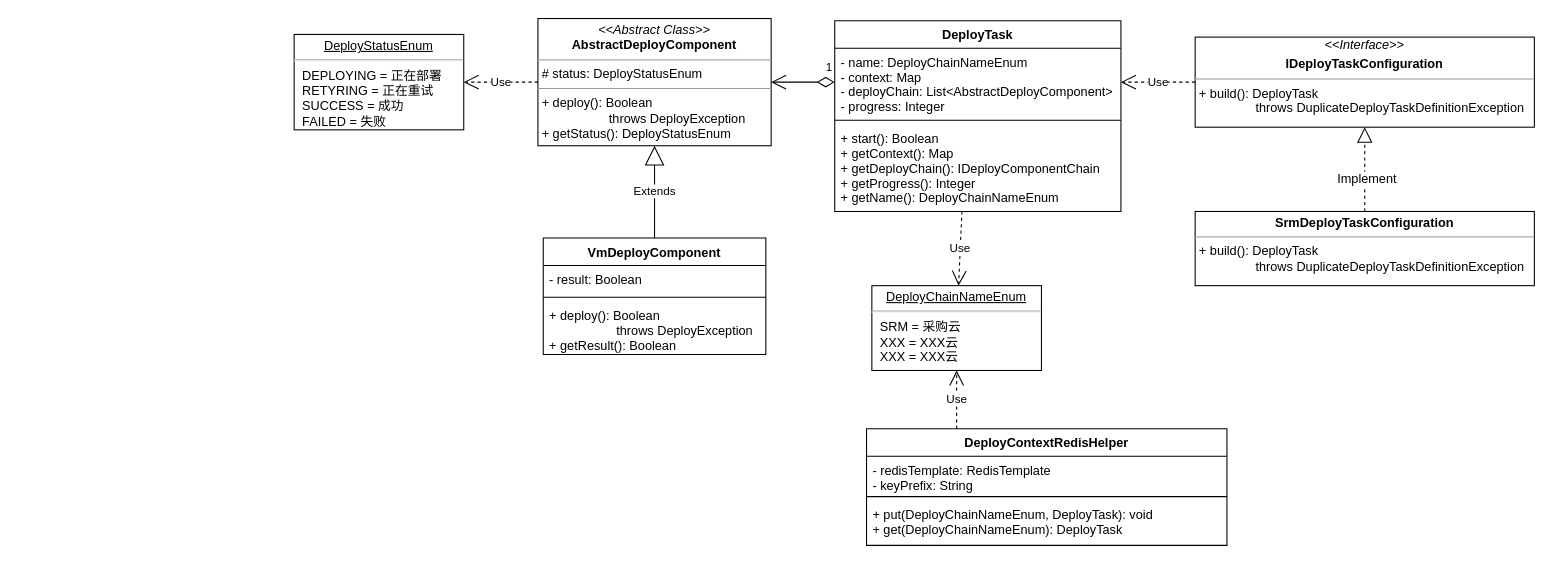
The draw.io diagram page "类图" (1 of 2) of SAAS自动部署.drawio in iceAcmen/myDesign, before the edit. Source tidied: cells renumbered, new cells numbered last; positions are measured from the earlier drawing's top-left corner, leaving out a move shared by most shapes. Both pictures are drawn from the tidied source at 106%, with x=0, y=0 at pixel (294, 18).
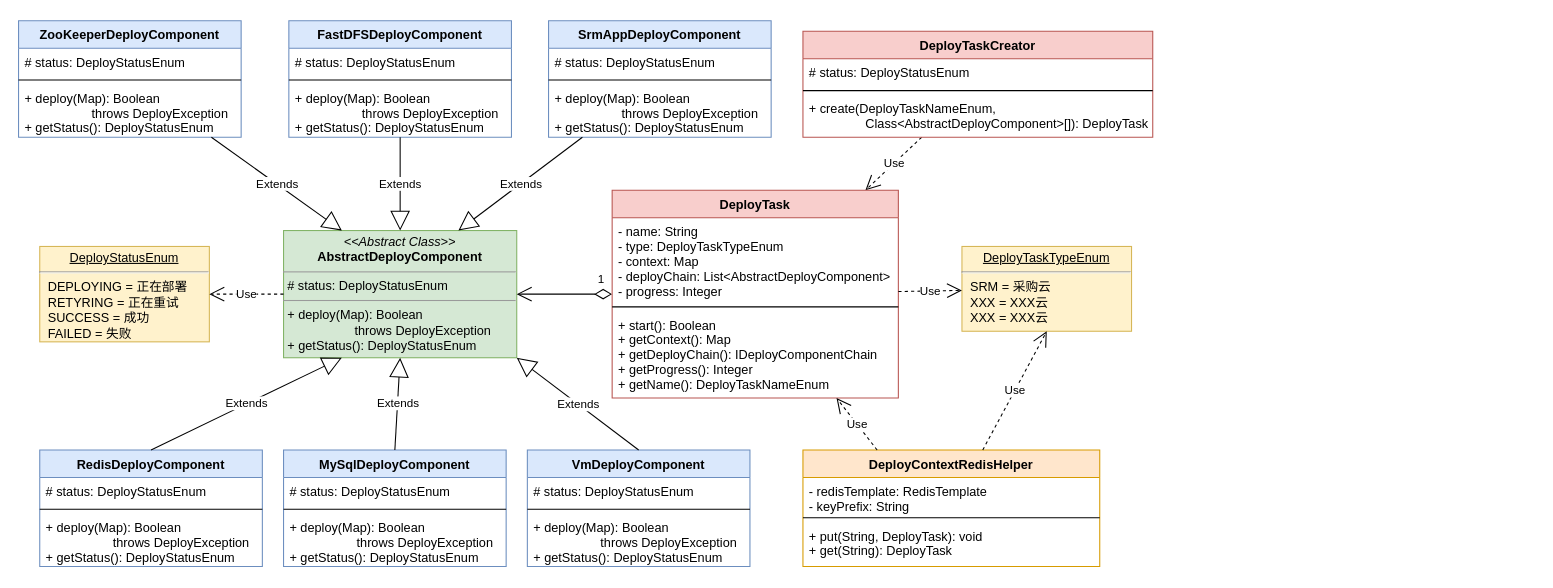
Above is the later version.

Commit message:
更新SAAS自动部署.drawio

Change to the diagram source:
```diff
@@
-    <mxCell id="2" value="&lt;p style=&quot;margin: 0px ; margin-top: 4px ; text-align: center&quot;&gt;&lt;i&gt;&amp;lt;&amp;lt;Abstract Class&amp;gt;&amp;gt;&lt;/i&gt;&lt;br&gt;&lt;b&gt;AbstractDeployComponent&lt;/b&gt;&lt;br&gt;&lt;/p&gt;&lt;hr size=&quot;1&quot;&gt;&lt;p style=&quot;margin: 0px ; margin-left: 4px&quot;&gt;# status: DeployStatusEnum&lt;br&gt;&lt;/p&gt;&lt;hr size=&quot;1&quot;&gt;&lt;p style=&quot;margin: 0px ; margin-left: 4px&quot;&gt;+ deploy(): Boolean&lt;/p&gt;&lt;p style=&quot;margin: 0px ; margin-left: 4px&quot;&gt;&amp;nbsp; &amp;nbsp; &amp;nbsp; &amp;nbsp; &amp;nbsp; &amp;nbsp; &amp;nbsp; &amp;nbsp; &amp;nbsp; &amp;nbsp;throws DeployException&lt;/p&gt;&lt;p style=&quot;margin: 0px ; margin-left: 4px&quot;&gt;+ getStatus(): DeployStatusEnum&lt;/p&gt;" style="verticalAlign=top;align=left;overflow=fill;fontSize=12;fontFamily=Helvetica;html=1;" parent="1" vertex="1">
-      <mxGeometry x="230" width="220" height="120" as="geometry" />
+    <mxCell id="2" value="&lt;p style=&quot;margin: 0px ; margin-top: 4px ; text-align: center&quot;&gt;&lt;i&gt;&amp;lt;&amp;lt;Abstract Class&amp;gt;&amp;gt;&lt;/i&gt;&lt;br&gt;&lt;b&gt;AbstractDeployComponent&lt;/b&gt;&lt;br&gt;&lt;/p&gt;&lt;hr size=&quot;1&quot;&gt;&lt;p style=&quot;margin: 0px ; margin-left: 4px&quot;&gt;# status: DeployStatusEnum&lt;br&gt;&lt;/p&gt;&lt;hr size=&quot;1&quot;&gt;&lt;p style=&quot;margin: 0px ; margin-left: 4px&quot;&gt;+ deploy(Map): Boolean&lt;/p&gt;&lt;p style=&quot;margin: 0px ; margin-left: 4px&quot;&gt;&amp;nbsp; &amp;nbsp; &amp;nbsp; &amp;nbsp; &amp;nbsp; &amp;nbsp; &amp;nbsp; &amp;nbsp; &amp;nbsp; &amp;nbsp;throws DeployException&lt;/p&gt;&lt;p style=&quot;margin: 0px ; margin-left: 4px&quot;&gt;+ getStatus(): DeployStatusEnum&lt;/p&gt;" style="verticalAlign=top;align=left;overflow=fill;fontSize=12;fontFamily=Helvetica;html=1;fillColor=#d5e8d4;strokeColor=#82b366;" parent="1" vertex="1">
+      <mxGeometry x="-10" y="200" width="220" height="120" as="geometry" />
     </mxCell>
-    <mxCell id="3" value="VmDeployComponent" style="swimlane;fontStyle=1;align=center;verticalAlign=top;horizontal=1;startSize=26;fontColor=#000000;" parent="1" vertex="1">
-      <mxGeometry x="235" y="207" width="210" height="110" as="geometry" />
+    <mxCell id="3" value="VmDeployComponent" style="swimlane;fontStyle=1;align=center;verticalAlign=top;horizontal=1;startSize=26;fillColor=#dae8fc;strokeColor=#6c8ebf;" parent="1" vertex="1">
+      <mxGeometry x="220" y="407" width="210" height="110" as="geometry" />
     </mxCell>
-    <mxCell id="4" value="- result: Boolean" style="text;strokeColor=none;fillColor=none;align=left;verticalAlign=top;spacingLeft=4;spacingRight=4;overflow=hidden;" parent="3" vertex="1">
+    <mxCell id="4" value="# status: DeployStatusEnum" style="text;strokeColor=none;fillColor=none;align=left;verticalAlign=top;spacingLeft=4;spacingRight=4;overflow=hidden;" parent="3" vertex="1">
       <mxGeometry y="26" width="210" height="26" as="geometry" />
     </mxCell>
@@
-    <mxCell id="6" value="+ deploy(): Boolean&#10;                   throws DeployException&#10;+ getResult(): Boolean" style="text;strokeColor=none;fillColor=none;align=left;verticalAlign=top;spacingLeft=4;spacingRight=4;overflow=hidden;" parent="3" vertex="1">
+    <mxCell id="6" value="+ deploy(Map): Boolean&#10;                   throws DeployException&#10;+ getStatus(): DeployStatusEnum" style="text;strokeColor=none;fillColor=none;align=left;verticalAlign=top;spacingLeft=4;spacingRight=4;overflow=hidden;" parent="3" vertex="1">
       <mxGeometry y="60" width="210" height="50" as="geometry" />
     </mxCell>
-    <mxCell id="7" value="Extends" style="endArrow=block;endSize=16;endFill=0;html=1;fontColor=#000000;exitX=0.5;exitY=0;exitDx=0;exitDy=0;entryX=0.5;entryY=1;entryDx=0;entryDy=0;" parent="1" edge="1" source="3" target="2">
+    <mxCell id="7" value="Extends" style="endArrow=block;endSize=16;endFill=0;html=1;fontColor=#000000;exitX=0.5;exitY=0;exitDx=0;exitDy=0;entryX=1;entryY=1;entryDx=0;entryDy=0;" parent="1" edge="1" source="3" target="2">
       <mxGeometry relative="1" as="geometry" />
     </mxCell>
-    <mxCell id="8" value="1" style="endArrow=open;html=1;endSize=12;startArrow=diamondThin;startSize=14;startFill=0;edgeStyle=orthogonalEdgeStyle;align=left;verticalAlign=bottom;fontColor=#000000;entryX=1;entryY=0.5;entryDx=0;entryDy=0;exitX=0;exitY=0.5;exitDx=0;exitDy=0;" parent="1" edge="1" source="15" target="2">
+    <mxCell id="8" value="1" style="endArrow=open;html=1;endSize=12;startArrow=diamondThin;startSize=14;startFill=0;edgeStyle=orthogonalEdgeStyle;align=left;verticalAlign=bottom;fontColor=#000000;entryX=1;entryY=0.5;entryDx=0;entryDy=0;" parent="1" edge="1" source="14" target="2">
       <mxGeometry x="-0.67" y="-5" relative="1" as="geometry" />
     </mxCell>
-    <mxCell id="9" value="&lt;div style=&quot;text-align: center&quot;&gt;&lt;i&gt;&amp;lt;&amp;lt;Interface&amp;gt;&amp;gt;&lt;/i&gt;&lt;/div&gt;&lt;p style=&quot;margin: 0px ; margin-top: 4px ; text-align: center&quot;&gt;&lt;b&gt;IDeployTaskConfiguration&lt;/b&gt;&lt;br&gt;&lt;/p&gt;&lt;hr size=&quot;1&quot;&gt;&lt;p style=&quot;margin: 0px ; margin-left: 4px&quot;&gt;&lt;/p&gt;&lt;p style=&quot;margin: 0px ; margin-left: 4px&quot;&gt;+ build(): DeployTask&lt;/p&gt;&lt;p style=&quot;margin: 0px ; margin-left: 4px&quot;&gt;&amp;nbsp; &amp;nbsp; &amp;nbsp; &amp;nbsp; &amp;nbsp; &amp;nbsp; &amp;nbsp; &amp;nbsp; throws DuplicateDeployTaskDefinitionException&lt;/p&gt;&lt;p style=&quot;margin: 0px ; margin-left: 4px&quot;&gt;&lt;br&gt;&lt;/p&gt;" style="verticalAlign=top;align=left;overflow=fill;fontSize=12;fontFamily=Helvetica;html=1;" parent="1" vertex="1">
-      <mxGeometry x="850" y="17.5" width="320" height="85" as="geometry" />
-    </mxCell>
-    <mxCell id="10" value="&lt;p style=&quot;margin: 0px ; margin-top: 4px ; text-align: center&quot;&gt;&lt;b&gt;SrmDeployTaskConfiguration&lt;/b&gt;&lt;br&gt;&lt;/p&gt;&lt;hr size=&quot;1&quot;&gt;&lt;p style=&quot;margin: 0px ; margin-left: 4px&quot;&gt;&lt;/p&gt;&lt;p style=&quot;margin: 0px ; margin-left: 4px&quot;&gt;+ build(): DeployTask&lt;/p&gt;&lt;p style=&quot;margin: 0px ; margin-left: 4px&quot;&gt;&amp;nbsp; &amp;nbsp; &amp;nbsp; &amp;nbsp; &amp;nbsp; &amp;nbsp; &amp;nbsp; &amp;nbsp; throws DuplicateDeployTaskDefinitionException&lt;/p&gt;&lt;p style=&quot;margin: 0px ; margin-left: 4px&quot;&gt;&lt;br&gt;&lt;/p&gt;" style="verticalAlign=top;align=left;overflow=fill;fontSize=12;fontFamily=Helvetica;html=1;" parent="1" vertex="1">
-      <mxGeometry x="850" y="182" width="320" height="70" as="geometry" />
-    </mxCell>
-    <mxCell id="11" style="endArrow=block;dashed=1;endFill=0;endSize=12;html=1;fontColor=#000000;entryX=0.5;entryY=1;entryDx=0;entryDy=0;exitX=0.5;exitY=0;exitDx=0;exitDy=0;" parent="1" edge="1" source="10" target="9">
-      <mxGeometry relative="1" as="geometry" />
-    </mxCell>
-    <mxCell id="12" value="Implement" style="text;html=1;align=center;verticalAlign=middle;labelBackgroundColor=#ffffff;fontColor=#000000;" parent="11" vertex="1">
-      <mxGeometry x="-0.22" y="-1" relative="1" as="geometry" />
-    </mxCell>
-    <mxCell id="13" value="Use" style="endArrow=open;endSize=12;dashed=1;html=1;fontColor=#000000;entryX=1;entryY=0.5;entryDx=0;entryDy=0;exitX=0;exitY=0.5;exitDx=0;exitDy=0;" parent="1" edge="1" source="9" target="15">
+    <mxCell id="13" value="Use" style="endArrow=open;endSize=12;dashed=1;html=1;fontColor=#000000;" parent="1" edge="1" source="53" target="14">
       <mxGeometry relative="1" as="geometry" />
     </mxCell>
-    <mxCell id="14" value="DeployTask" style="swimlane;fontStyle=1;align=center;verticalAlign=top;horizontal=1;startSize=26;fontColor=#000000;" parent="1" vertex="1">
-      <mxGeometry x="510" y="2" width="270" height="180" as="geometry" />
+    <mxCell id="14" value="DeployTask" style="swimlane;fontStyle=1;align=center;verticalAlign=top;horizontal=1;startSize=26;fillColor=#f8cecc;strokeColor=#b85450;" parent="1" vertex="1">
+      <mxGeometry x="300" y="162" width="270" height="196" as="geometry" />
     </mxCell>
-    <mxCell id="15" value="- name: DeployChainNameEnum&#10;- context: Map&#10;- deployChain: List&lt;AbstractDeployComponent&gt;&#10;- progress: Integer" style="text;strokeColor=none;fillColor=none;align=left;verticalAlign=top;spacingLeft=4;spacingRight=4;overflow=hidden;points=[[0,0.5],[1,0.5]];portConstraint=eastwest;" parent="14" vertex="1">
-      <mxGeometry y="26" width="270" height="64" as="geometry" />
+    <mxCell id="15" value="- name: String&#10;- type: DeployTaskTypeEnum&#10;- context: Map&#10;- deployChain: List&lt;AbstractDeployComponent&gt;&#10;- progress: Integer" style="text;strokeColor=none;fillColor=none;align=left;verticalAlign=top;spacingLeft=4;spacingRight=4;overflow=hidden;points=[[0,0.5],[1,0.5]];portConstraint=eastwest;" parent="14" vertex="1">
+      <mxGeometry y="26" width="270" height="80" as="geometry" />
     </mxCell>
     <mxCell id="16" style="line;strokeWidth=1;fillColor=none;align=left;verticalAlign=middle;spacingTop=-1;spacingLeft=3;spacingRight=3;labelPosition=right;" parent="14" vertex="1">
-      <mxGeometry y="90" width="270" height="8" as="geometry" />
+      <mxGeometry y="106" width="270" height="8" as="geometry" />
     </mxCell>
-    <mxCell id="17" value="+ start(): Boolean&#10;+ getContext(): Map&#10;+ getDeployChain(): IDeployComponentChain&#10;+ getProgress(): Integer&#10;+ getName(): DeployChainNameEnum" style="text;strokeColor=none;fillColor=none;align=left;verticalAlign=top;spacingLeft=4;spacingRight=4;overflow=hidden;" parent="14" vertex="1">
-      <mxGeometry y="98" width="270" height="82" as="geometry" />
+    <mxCell id="17" value="+ start(): Boolean&#10;+ getContext(): Map&#10;+ getDeployChain(): IDeployComponentChain&#10;+ getProgress(): Integer&#10;+ getName(): DeployTaskNameEnum" style="text;strokeColor=none;fillColor=none;align=left;verticalAlign=top;spacingLeft=4;spacingRight=4;overflow=hidden;" parent="14" vertex="1">
+      <mxGeometry y="114" width="270" height="82" as="geometry" />
     </mxCell>
-    <mxCell id="18" value="&lt;p style=&quot;margin: 0px ; margin-top: 4px ; text-align: center ; text-decoration: underline&quot;&gt;&lt;span style=&quot;text-align: left&quot;&gt;DeployStatusEnum&lt;/span&gt;&lt;br&gt;&lt;/p&gt;&lt;hr&gt;&lt;p style=&quot;margin: 0px ; margin-left: 8px&quot;&gt;DEPLOYING =&amp;nbsp;正在部署&lt;br&gt;RETYRING =&amp;nbsp;正在重试&lt;br&gt;SUCCESS =&amp;nbsp;成功&lt;/p&gt;&lt;p style=&quot;margin: 0px ; margin-left: 8px&quot;&gt;FAILED =&amp;nbsp;失败&lt;br&gt;&lt;/p&gt;" style="verticalAlign=top;align=left;overflow=fill;fontSize=12;fontFamily=Helvetica;html=1;" parent="1" vertex="1">
-      <mxGeometry y="15" width="160" height="90" as="geometry" />
+    <mxCell id="18" value="&lt;p style=&quot;margin: 0px ; margin-top: 4px ; text-align: center ; text-decoration: underline&quot;&gt;&lt;span style=&quot;text-align: left&quot;&gt;DeployStatusEnum&lt;/span&gt;&lt;br&gt;&lt;/p&gt;&lt;hr&gt;&lt;p style=&quot;margin: 0px ; margin-left: 8px&quot;&gt;DEPLOYING =&amp;nbsp;正在部署&lt;br&gt;RETYRING =&amp;nbsp;正在重试&lt;br&gt;SUCCESS =&amp;nbsp;成功&lt;/p&gt;&lt;p style=&quot;margin: 0px ; margin-left: 8px&quot;&gt;FAILED =&amp;nbsp;失败&lt;br&gt;&lt;/p&gt;" style="verticalAlign=top;align=left;overflow=fill;fontSize=12;fontFamily=Helvetica;html=1;fillColor=#fff2cc;strokeColor=#d6b656;" parent="1" vertex="1">
+      <mxGeometry x="-240" y="215" width="160" height="90" as="geometry" />
     </mxCell>
@@
-    <mxCell id="20" value="DeployContextRedisHelper" style="swimlane;fontStyle=1;align=center;verticalAlign=top;horizontal=1;startSize=26;fontColor=#000000;" parent="1" vertex="1">
-      <mxGeometry x="540" y="387" width="340" height="110" as="geometry" />
+    <mxCell id="20" value="DeployContextRedisHelper" style="swimlane;fontStyle=1;align=center;verticalAlign=top;horizontal=1;startSize=26;fillColor=#ffe6cc;strokeColor=#d79b00;" parent="1" vertex="1">
+      <mxGeometry x="480" y="407" width="280" height="110" as="geometry" />
     </mxCell>
     <mxCell id="21" value="- redisTemplate: RedisTemplate&#10;- keyPrefix: String" style="text;strokeColor=none;fillColor=none;align=left;verticalAlign=top;spacingLeft=4;spacingRight=4;overflow=hidden;" parent="20" vertex="1">
-      <mxGeometry y="26" width="340" height="34" as="geometry" />
+      <mxGeometry y="26" width="280" height="34" as="geometry" />
     </mxCell>
     <mxCell id="22" style="line;strokeWidth=1;fillColor=none;align=left;verticalAlign=middle;spacingTop=-1;spacingLeft=3;spacingRight=3;labelPosition=right;" parent="20" vertex="1">
-      <mxGeometry y="60" width="340" height="8" as="geometry" />
+      <mxGeometry y="60" width="280" height="8" as="geometry" />
     </mxCell>
-    <mxCell id="23" value="+ put(DeployChainNameEnum, DeployTask): void&#10;+ get(DeployChainNameEnum): DeployTask" style="text;strokeColor=none;fillColor=none;align=left;verticalAlign=top;spacingLeft=4;spacingRight=4;overflow=hidden;" parent="20" vertex="1">
-      <mxGeometry y="68" width="340" height="42" as="geometry" />
+    <mxCell id="23" value="+ put(String, DeployTask): void&#10;+ get(String): DeployTask" style="text;strokeColor=none;fillColor=none;align=left;verticalAlign=top;spacingLeft=4;spacingRight=4;overflow=hidden;" parent="20" vertex="1">
+      <mxGeometry y="68" width="280" height="42" as="geometry" />
     </mxCell>
-    <mxCell id="24" value="&lt;p style=&quot;margin: 0px ; margin-top: 4px ; text-align: center ; text-decoration: underline&quot;&gt;&lt;span style=&quot;text-align: left&quot;&gt;DeployChainNameEnum&lt;/span&gt;&lt;br&gt;&lt;/p&gt;&lt;hr&gt;&lt;p style=&quot;margin: 0px ; margin-left: 8px&quot;&gt;SRM =&amp;nbsp;采购云&lt;br&gt;&lt;/p&gt;&lt;p style=&quot;margin: 0px ; margin-left: 8px&quot;&gt;XXX = XXX云&lt;/p&gt;&lt;p style=&quot;margin: 0px ; margin-left: 8px&quot;&gt;XXX = XXX云&lt;br&gt;&lt;/p&gt;" style="verticalAlign=top;align=left;overflow=fill;fontSize=12;fontFamily=Helvetica;html=1;" parent="1" vertex="1">
-      <mxGeometry x="545" y="252" width="160" height="80" as="geometry" />
+    <mxCell id="24" value="&lt;p style=&quot;margin: 0px ; margin-top: 4px ; text-align: center ; text-decoration: underline&quot;&gt;&lt;span style=&quot;text-align: left&quot;&gt;DeployTaskTypeEnum&lt;/span&gt;&lt;br&gt;&lt;/p&gt;&lt;hr&gt;&lt;p style=&quot;margin: 0px ; margin-left: 8px&quot;&gt;SRM =&amp;nbsp;采购云&lt;br&gt;&lt;/p&gt;&lt;p style=&quot;margin: 0px ; margin-left: 8px&quot;&gt;XXX = XXX云&lt;/p&gt;&lt;p style=&quot;margin: 0px ; margin-left: 8px&quot;&gt;XXX = XXX云&lt;br&gt;&lt;/p&gt;" style="verticalAlign=top;align=left;overflow=fill;fontSize=12;fontFamily=Helvetica;html=1;fillColor=#fff2cc;strokeColor=#d6b656;" parent="1" vertex="1">
+      <mxGeometry x="630" y="215" width="160" height="80" as="geometry" />
     </mxCell>
-    <mxCell id="25" value="Use" style="endArrow=open;endSize=12;dashed=1;html=1;" parent="1" edge="1" target="24">
-      <mxGeometry relative="1" as="geometry">
-        <mxPoint x="630" y="182" as="sourcePoint" />
-      </mxGeometry>
+    <mxCell id="25" value="Use" style="endArrow=open;endSize=12;dashed=1;html=1;" parent="1" edge="1" source="14" target="24">
+      <mxGeometry relative="1" as="geometry" />
     </mxCell>
-    <mxCell id="26" value="Use" style="endArrow=open;endSize=12;dashed=1;html=1;fontColor=#000000;entryX=0.5;entryY=1;entryDx=0;entryDy=0;exitX=0.25;exitY=0;exitDx=0;exitDy=0;" parent="1" edge="1" source="20" target="24">
+    <mxCell id="26" value="Use" style="endArrow=open;endSize=12;dashed=1;html=1;fontColor=#000000;entryX=0.5;entryY=1;entryDx=0;entryDy=0;" parent="1" edge="1" source="20" target="24">
       <mxGeometry relative="1" as="geometry" />
     </mxCell>
+    <mxCell id="27" value="MySqlDeployComponent" style="swimlane;fontStyle=1;align=center;verticalAlign=top;horizontal=1;startSize=26;fillColor=#dae8fc;strokeColor=#6c8ebf;" parent="1" vertex="1">
+      <mxGeometry x="-10" y="407" width="210" height="110" as="geometry" />
+    </mxCell>
+    <mxCell id="28" value="# status: DeployStatusEnum" style="text;strokeColor=none;fillColor=none;align=left;verticalAlign=top;spacingLeft=4;spacingRight=4;overflow=hidden;" parent="27" vertex="1">
+      <mxGeometry y="26" width="210" height="26" as="geometry" />
+    </mxCell>
+    <mxCell id="29" style="line;strokeWidth=1;fillColor=none;align=left;verticalAlign=middle;spacingTop=-1;spacingLeft=3;spacingRight=3;labelPosition=right;" parent="27" vertex="1">
+      <mxGeometry y="52" width="210" height="8" as="geometry" />
+    </mxCell>
+    <mxCell id="30" value="+ deploy(Map): Boolean&#10;                   throws DeployException&#10;+ getStatus(): DeployStatusEnum" style="text;strokeColor=none;fillColor=none;align=left;verticalAlign=top;spacingLeft=4;spacingRight=4;overflow=hidden;" parent="27" vertex="1">
+      <mxGeometry y="60" width="210" height="50" as="geometry" />
+    </mxCell>
+    <mxCell id="31" value="RedisDeployComponent" style="swimlane;fontStyle=1;align=center;verticalAlign=top;horizontal=1;startSize=26;fillColor=#dae8fc;strokeColor=#6c8ebf;" parent="1" vertex="1">
+      <mxGeometry x="-240" y="407" width="210" height="110" as="geometry" />
+    </mxCell>
+    <mxCell id="32" value="# status: DeployStatusEnum" style="text;strokeColor=none;fillColor=none;align=left;verticalAlign=top;spacingLeft=4;spacingRight=4;overflow=hidden;" parent="31" vertex="1">
+      <mxGeometry y="26" width="210" height="26" as="geometry" />
+    </mxCell>
+    <mxCell id="33" style="line;strokeWidth=1;fillColor=none;align=left;verticalAlign=middle;spacingTop=-1;spacingLeft=3;spacingRight=3;labelPosition=right;" parent="31" vertex="1">
+      <mxGeometry y="52" width="210" height="8" as="geometry" />
+    </mxCell>
+    <mxCell id="34" value="+ deploy(Map): Boolean&#10;                   throws DeployException&#10;+ getStatus(): DeployStatusEnum" style="text;strokeColor=none;fillColor=none;align=left;verticalAlign=top;spacingLeft=4;spacingRight=4;overflow=hidden;" parent="31" vertex="1">
+      <mxGeometry y="60" width="210" height="50" as="geometry" />
+    </mxCell>
+    <mxCell id="35" value="ZooKeeperDeployComponent" style="swimlane;fontStyle=1;align=center;verticalAlign=top;horizontal=1;startSize=26;fillColor=#dae8fc;strokeColor=#6c8ebf;" parent="1" vertex="1">
+      <mxGeometry x="-260" y="2" width="210" height="110" as="geometry" />
+    </mxCell>
+    <mxCell id="36" value="# status: DeployStatusEnum" style="text;strokeColor=none;fillColor=none;align=left;verticalAlign=top;spacingLeft=4;spacingRight=4;overflow=hidden;" parent="35" vertex="1">
+      <mxGeometry y="26" width="210" height="26" as="geometry" />
+    </mxCell>
+    <mxCell id="37" style="line;strokeWidth=1;fillColor=none;align=left;verticalAlign=middle;spacingTop=-1;spacingLeft=3;spacingRight=3;labelPosition=right;" parent="35" vertex="1">
+      <mxGeometry y="52" width="210" height="8" as="geometry" />
+    </mxCell>
+    <mxCell id="38" value="+ deploy(Map): Boolean&#10;                   throws DeployException&#10;+ getStatus(): DeployStatusEnum" style="text;strokeColor=none;fillColor=none;align=left;verticalAlign=top;spacingLeft=4;spacingRight=4;overflow=hidden;" parent="35" vertex="1">
+      <mxGeometry y="60" width="210" height="50" as="geometry" />
+    </mxCell>
+    <mxCell id="39" value="FastDFSDeployComponent" style="swimlane;fontStyle=1;align=center;verticalAlign=top;horizontal=1;startSize=26;fillColor=#dae8fc;strokeColor=#6c8ebf;" parent="1" vertex="1">
+      <mxGeometry x="-5" y="2" width="210" height="110" as="geometry" />
+    </mxCell>
+    <mxCell id="40" value="# status: DeployStatusEnum" style="text;strokeColor=none;fillColor=none;align=left;verticalAlign=top;spacingLeft=4;spacingRight=4;overflow=hidden;" parent="39" vertex="1">
+      <mxGeometry y="26" width="210" height="26" as="geometry" />
+    </mxCell>
+    <mxCell id="41" style="line;strokeWidth=1;fillColor=none;align=left;verticalAlign=middle;spacingTop=-1;spacingLeft=3;spacingRight=3;labelPosition=right;" parent="39" vertex="1">
+      <mxGeometry y="52" width="210" height="8" as="geometry" />
+    </mxCell>
+    <mxCell id="42" value="+ deploy(Map): Boolean&#10;                   throws DeployException&#10;+ getStatus(): DeployStatusEnum" style="text;strokeColor=none;fillColor=none;align=left;verticalAlign=top;spacingLeft=4;spacingRight=4;overflow=hidden;" parent="39" vertex="1">
+      <mxGeometry y="60" width="210" height="50" as="geometry" />
+    </mxCell>
+    <mxCell id="43" value="SrmAppDeployComponent" style="swimlane;fontStyle=1;align=center;verticalAlign=top;horizontal=1;startSize=26;fillColor=#dae8fc;strokeColor=#6c8ebf;" parent="1" vertex="1">
+      <mxGeometry x="240" y="2" width="210" height="110" as="geometry" />
+    </mxCell>
+    <mxCell id="44" value="# status: DeployStatusEnum" style="text;strokeColor=none;fillColor=none;align=left;verticalAlign=top;spacingLeft=4;spacingRight=4;overflow=hidden;" parent="43" vertex="1">
+      <mxGeometry y="26" width="210" height="26" as="geometry" />
+    </mxCell>
+    <mxCell id="45" style="line;strokeWidth=1;fillColor=none;align=left;verticalAlign=middle;spacingTop=-1;spacingLeft=3;spacingRight=3;labelPosition=right;" parent="43" vertex="1">
+      <mxGeometry y="52" width="210" height="8" as="geometry" />
+    </mxCell>
+    <mxCell id="46" value="+ deploy(Map): Boolean&#10;                   throws DeployException&#10;+ getStatus(): DeployStatusEnum" style="text;strokeColor=none;fillColor=none;align=left;verticalAlign=top;spacingLeft=4;spacingRight=4;overflow=hidden;" parent="43" vertex="1">
+      <mxGeometry y="60" width="210" height="50" as="geometry" />
+    </mxCell>
+    <mxCell id="47" value="Extends" style="endArrow=block;endSize=16;endFill=0;html=1;fontColor=#000000;exitX=0.5;exitY=0;exitDx=0;exitDy=0;entryX=0.5;entryY=1;entryDx=0;entryDy=0;" parent="1" edge="1" source="27" target="2">
+      <mxGeometry relative="1" as="geometry" />
+    </mxCell>
+    <mxCell id="48" value="Extends" style="endArrow=block;endSize=16;endFill=0;html=1;fontColor=#000000;exitX=0.5;exitY=0;exitDx=0;exitDy=0;entryX=0.25;entryY=1;entryDx=0;entryDy=0;" parent="1" edge="1" source="31" target="2">
+      <mxGeometry relative="1" as="geometry" />
+    </mxCell>
+    <mxCell id="49" value="Extends" style="endArrow=block;endSize=16;endFill=0;html=1;fontColor=#000000;entryX=0.25;entryY=0;entryDx=0;entryDy=0;" parent="1" edge="1" source="35" target="2">
+      <mxGeometry relative="1" as="geometry" />
+    </mxCell>
+    <mxCell id="50" value="Extends" style="endArrow=block;endSize=16;endFill=0;html=1;fontColor=#000000;entryX=0.75;entryY=0;entryDx=0;entryDy=0;" parent="1" edge="1" source="43" target="2">
+      <mxGeometry relative="1" as="geometry" />
+    </mxCell>
+    <mxCell id="51" value="Extends" style="endArrow=block;endSize=16;endFill=0;html=1;fontColor=#000000;entryX=0.5;entryY=0;entryDx=0;entryDy=0;" parent="1" edge="1" source="39" target="2">
+      <mxGeometry relative="1" as="geometry" />
+    </mxCell>
+    <mxCell id="52" value="Use" style="endArrow=open;endSize=12;dashed=1;html=1;fontColor=#000000;exitX=0.25;exitY=0;exitDx=0;exitDy=0;" parent="1" edge="1" source="20" target="14">
+      <mxGeometry relative="1" as="geometry" />
+    </mxCell>
+    <mxCell id="53" value="DeployTaskCreator" style="swimlane;fontStyle=1;align=center;verticalAlign=top;horizontal=1;startSize=26;fillColor=#f8cecc;strokeColor=#b85450;" parent="1" vertex="1">
+      <mxGeometry x="480" y="12" width="330" height="100" as="geometry" />
+    </mxCell>
+    <mxCell id="54" value="# status: DeployStatusEnum" style="text;strokeColor=none;fillColor=none;align=left;verticalAlign=top;spacingLeft=4;spacingRight=4;overflow=hidden;" parent="53" vertex="1">
+      <mxGeometry y="26" width="330" height="26" as="geometry" />
+    </mxCell>
+    <mxCell id="55" style="line;strokeWidth=1;fillColor=none;align=left;verticalAlign=middle;spacingTop=-1;spacingLeft=3;spacingRight=3;labelPosition=right;" parent="53" vertex="1">
+      <mxGeometry y="52" width="330" height="8" as="geometry" />
+    </mxCell>
+    <mxCell id="56" value="+ create(DeployTaskNameEnum, &#10;                Class&lt;AbstractDeployComponent&gt;[]): DeployTask" style="text;strokeColor=none;fillColor=none;align=left;verticalAlign=top;spacingLeft=4;spacingRight=4;overflow=hidden;" parent="53" vertex="1">
+      <mxGeometry y="60" width="330" height="40" as="geometry" />
+    </mxCell>
```
